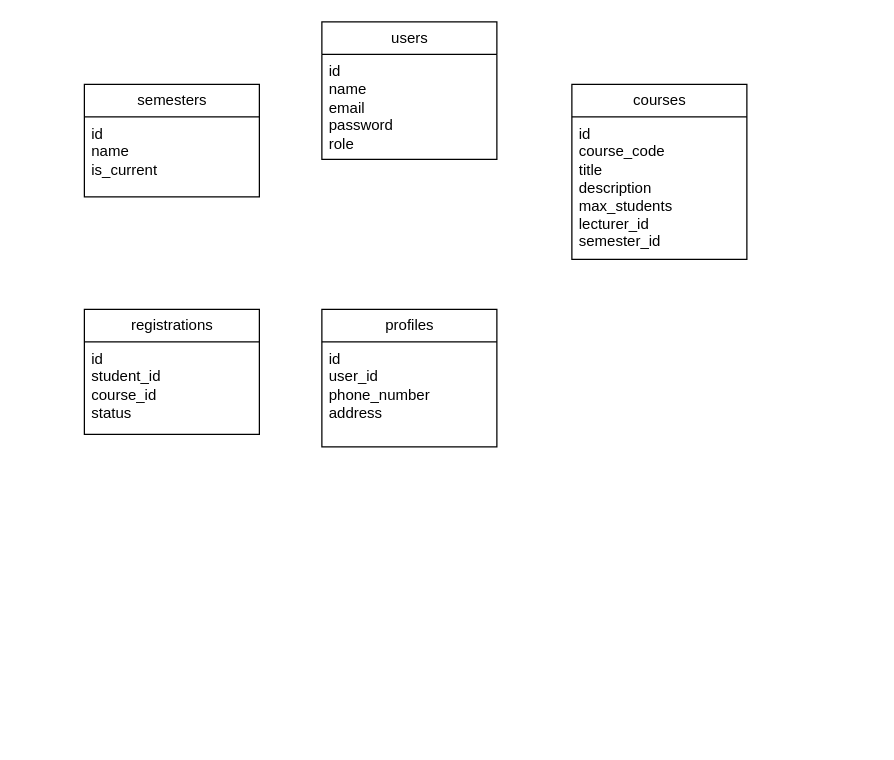
The draw.io diagram page "ERD" (2 of 2) of SDT USE CASE.drawio in umar-05/SMS-Project, before the edit. Source tidied: cells renumbered, new cells numbered last; positions are measured from the earlier drawing's top-left corner, leaving out a move shared by most shapes. Both pictures are drawn from the tidied source at 125%, with x=0, y=0 at pixel (84, 21).
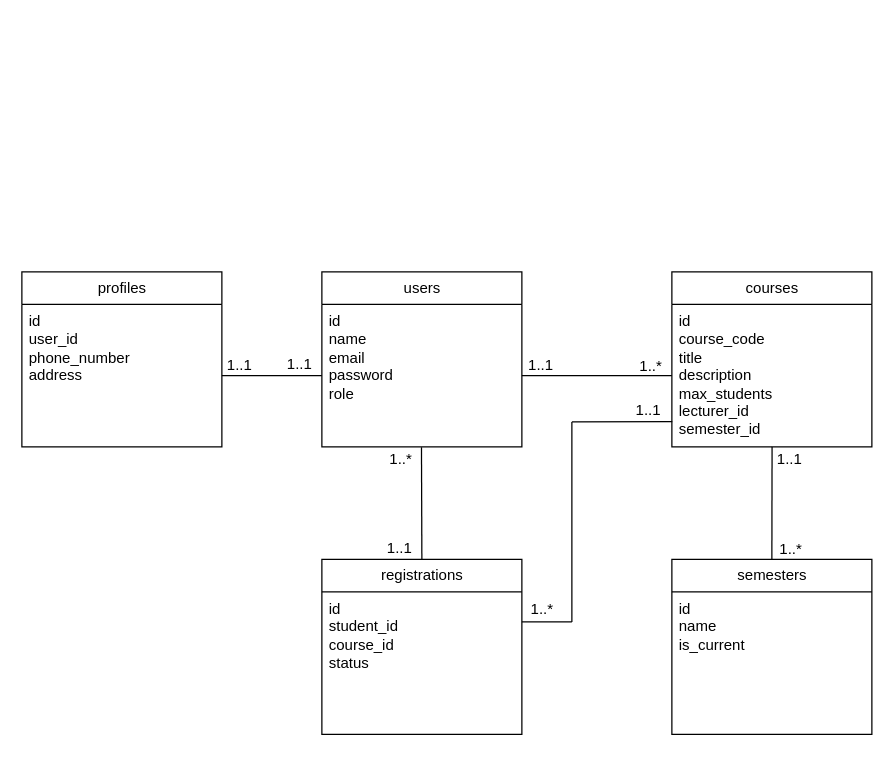
Above is the later version.

What changed in the source:
```diff
@@
     <mxCell id="2" value="users" style="swimlane;fontStyle=0;horizontal=1;startSize=26;fillColor=none;html=1;" parent="1" vertex="1">
-      <mxGeometry x="190" width="140" height="110" as="geometry" />
+      <mxGeometry x="190" y="200" width="160" height="140" as="geometry" />
     </mxCell>
     <mxCell id="3" value="id&lt;div&gt;name&lt;/div&gt;&lt;div&gt;email&lt;/div&gt;&lt;div&gt;password&lt;/div&gt;&lt;div&gt;role&lt;/div&gt;" style="text;strokeColor=none;fillColor=none;align=left;verticalAlign=top;spacingLeft=4;spacingRight=4;overflow=hidden;points=[[0,0.5],[1,0.5]];portConstraint=eastwest;whiteSpace=wrap;html=1;" parent="2" vertex="1">
-      <mxGeometry y="26" width="140" height="84" as="geometry" />
+      <mxGeometry y="26" width="160" height="114" as="geometry" />
     </mxCell>
     <mxCell id="4" value="courses" style="swimlane;fontStyle=0;horizontal=1;startSize=26;fillColor=none;html=1;" parent="1" vertex="1">
-      <mxGeometry x="390" y="50" width="140" height="140" as="geometry" />
+      <mxGeometry x="470" y="200" width="160" height="140" as="geometry" />
     </mxCell>
     <mxCell id="5" value="id&lt;div&gt;course_code&lt;/div&gt;&lt;div&gt;title&lt;/div&gt;&lt;div&gt;description&lt;/div&gt;&lt;div&gt;max_students&lt;/div&gt;&lt;div&gt;lecturer_id&lt;/div&gt;&lt;div&gt;semester_id&lt;/div&gt;" style="text;strokeColor=none;fillColor=none;align=left;verticalAlign=top;spacingLeft=4;spacingRight=4;overflow=hidden;points=[[0,0.5],[1,0.5]];portConstraint=eastwest;whiteSpace=wrap;html=1;" parent="4" vertex="1">
-      <mxGeometry y="26" width="140" height="114" as="geometry" />
+      <mxGeometry y="26" width="160" height="114" as="geometry" />
     </mxCell>
     <mxCell id="6" value="semesters" style="swimlane;fontStyle=0;horizontal=1;startSize=26;fillColor=none;html=1;" parent="1" vertex="1">
-      <mxGeometry y="50" width="140" height="90" as="geometry" />
+      <mxGeometry x="470" y="430" width="160" height="140" as="geometry" />
     </mxCell>
     <mxCell id="7" value="id&lt;div&gt;name&lt;/div&gt;&lt;div&gt;is_current&lt;/div&gt;" style="text;strokeColor=none;fillColor=none;align=left;verticalAlign=top;spacingLeft=4;spacingRight=4;overflow=hidden;whiteSpace=wrap;html=1;" parent="6" vertex="1">
-      <mxGeometry y="26" width="140" height="64" as="geometry" />
+      <mxGeometry y="26" width="160" height="114" as="geometry" />
     </mxCell>
     <mxCell id="8" value="registrations" style="swimlane;fontStyle=0;horizontal=1;startSize=26;fillColor=none;html=1;" parent="1" vertex="1">
-      <mxGeometry y="230" width="140" height="100" as="geometry" />
+      <mxGeometry x="190" y="430" width="160" height="140" as="geometry" />
     </mxCell>
     <mxCell id="9" value="id&lt;div&gt;student_id&lt;/div&gt;&lt;div&gt;course_id&lt;/div&gt;&lt;div&gt;status&lt;/div&gt;" style="text;strokeColor=none;fillColor=none;align=left;verticalAlign=top;spacingLeft=4;spacingRight=4;overflow=hidden;whiteSpace=wrap;html=1;" parent="8" vertex="1">
-      <mxGeometry y="26" width="140" height="74" as="geometry" />
+      <mxGeometry y="26" width="160" height="114" as="geometry" />
     </mxCell>
     <mxCell id="10" value="profiles" style="swimlane;fontStyle=0;horizontal=1;startSize=26;fillColor=none;html=1;" parent="1" vertex="1">
-      <mxGeometry x="190" y="230" width="140" height="110" as="geometry" />
+      <mxGeometry x="-50" y="200" width="160" height="140" as="geometry" />
     </mxCell>
     <mxCell id="11" value="id&lt;div&gt;user_id&lt;/div&gt;&lt;div&gt;phone_number&lt;/div&gt;&lt;div&gt;address&lt;/div&gt;" style="text;strokeColor=none;fillColor=none;align=left;verticalAlign=top;spacingLeft=4;spacingRight=4;overflow=hidden;points=[[0,0.5],[1,0.5]];portConstraint=eastwest;whiteSpace=wrap;html=1;" parent="10" vertex="1">
-      <mxGeometry y="26" width="140" height="84" as="geometry" />
+      <mxGeometry y="26" width="160" height="114" as="geometry" />
     </mxCell>
+    <mxCell id="12" style="endArrow=none;html=1;rounded=0;exitX=1;exitY=0.5;exitDx=0;exitDy=0;entryX=0;entryY=0.5;entryDx=0;entryDy=0;" parent="1" edge="1" source="3" target="5">
+      <mxGeometry relative="1" as="geometry" />
+    </mxCell>
+    <mxCell id="13" style="endArrow=none;html=1;rounded=0;exitX=0.498;exitY=1.003;exitDx=0;exitDy=0;exitPerimeter=0;entryX=0.5;entryY=0;entryDx=0;entryDy=0;" parent="1" edge="1" source="3" target="8">
+      <mxGeometry relative="1" as="geometry" />
+    </mxCell>
+    <mxCell id="14" style="endArrow=none;html=1;rounded=0;entryX=0;entryY=0.5;entryDx=0;entryDy=0;exitX=1;exitY=0.5;exitDx=0;exitDy=0;" parent="1" edge="1" source="11" target="3">
+      <mxGeometry relative="1" as="geometry" />
+    </mxCell>
+    <mxCell id="15" style="endArrow=none;html=1;rounded=0;exitX=0.5;exitY=0;exitDx=0;exitDy=0;entryX=0.501;entryY=1;entryDx=0;entryDy=0;entryPerimeter=0;" parent="1" edge="1" source="6" target="5">
+      <mxGeometry relative="1" as="geometry" />
+    </mxCell>
+    <mxCell id="16" style="endArrow=none;html=1;rounded=0;" parent="1" edge="1">
+      <mxGeometry relative="1" as="geometry">
+        <mxPoint x="350" y="480" as="sourcePoint" />
+        <mxPoint x="390" y="480" as="targetPoint" />
+      </mxGeometry>
+    </mxCell>
+    <mxCell id="17" style="endArrow=none;html=1;rounded=0;" parent="1" edge="1">
+      <mxGeometry relative="1" as="geometry">
+        <mxPoint x="390" y="480" as="sourcePoint" />
+        <mxPoint x="390" y="320" as="targetPoint" />
+      </mxGeometry>
+    </mxCell>
+    <mxCell id="18" style="endArrow=none;html=1;rounded=0;entryX=0.002;entryY=0.822;entryDx=0;entryDy=0;entryPerimeter=0;" parent="1" edge="1" target="5">
+      <mxGeometry relative="1" as="geometry">
+        <mxPoint x="390" y="320" as="sourcePoint" />
+      </mxGeometry>
+    </mxCell>
+    <mxCell id="19" value="1..1" style="text;html=1;whiteSpace=wrap;strokeColor=none;fillColor=none;align=center;verticalAlign=middle;rounded=0;" parent="1" vertex="1">
+      <mxGeometry x="160" y="269" width="25" height="10" as="geometry" />
+    </mxCell>
+    <mxCell id="20" value="1..1" style="text;html=1;whiteSpace=wrap;strokeColor=none;fillColor=none;align=center;verticalAlign=middle;rounded=0;" parent="1" vertex="1">
+      <mxGeometry x="112" y="270" width="25" height="10" as="geometry" />
+    </mxCell>
+    <mxCell id="21" value="1..*" style="text;html=1;whiteSpace=wrap;strokeColor=none;fillColor=none;align=center;verticalAlign=middle;rounded=0;" parent="1" vertex="1">
+      <mxGeometry x="241" y="345" width="25" height="10" as="geometry" />
+    </mxCell>
+    <mxCell id="22" value="1..1" style="text;html=1;whiteSpace=wrap;strokeColor=none;fillColor=none;align=center;verticalAlign=middle;rounded=0;" parent="1" vertex="1">
+      <mxGeometry x="240" y="416" width="25" height="10" as="geometry" />
+    </mxCell>
+    <mxCell id="23" value="1..1" style="text;html=1;whiteSpace=wrap;strokeColor=none;fillColor=none;align=center;verticalAlign=middle;rounded=0;" parent="1" vertex="1">
+      <mxGeometry x="353" y="270" width="25" height="10" as="geometry" />
+    </mxCell>
+    <mxCell id="24" value="1..*" style="text;html=1;whiteSpace=wrap;strokeColor=none;fillColor=none;align=center;verticalAlign=middle;rounded=0;" parent="1" vertex="1">
+      <mxGeometry x="441" y="271" width="25" height="10" as="geometry" />
+    </mxCell>
+    <mxCell id="25" value="1..1" style="text;html=1;whiteSpace=wrap;strokeColor=none;fillColor=none;align=center;verticalAlign=middle;rounded=0;" parent="1" vertex="1">
+      <mxGeometry x="552" y="345" width="25" height="10" as="geometry" />
+    </mxCell>
+    <mxCell id="26" value="1..*" style="text;html=1;whiteSpace=wrap;strokeColor=none;fillColor=none;align=center;verticalAlign=middle;rounded=0;" parent="1" vertex="1">
+      <mxGeometry x="553" y="417" width="25" height="10" as="geometry" />
+    </mxCell>
+    <mxCell id="27" value="1..*" style="text;html=1;whiteSpace=wrap;strokeColor=none;fillColor=none;align=center;verticalAlign=middle;rounded=0;" parent="1" vertex="1">
+      <mxGeometry x="354" y="465" width="25" height="10" as="geometry" />
+    </mxCell>
+    <mxCell id="28" value="1..1" style="text;html=1;whiteSpace=wrap;strokeColor=none;fillColor=none;align=center;verticalAlign=middle;rounded=0;" parent="1" vertex="1">
+      <mxGeometry x="439" y="306" width="25" height="10" as="geometry" />
+    </mxCell>
```
